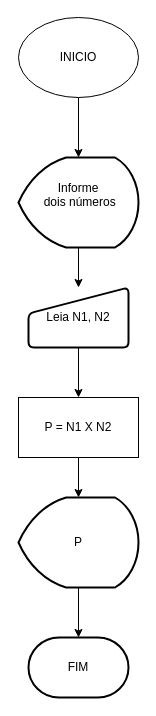
Above: Diagrama sem nome.drawio in Zomestro/Logica-I (draw.io), before the change. Source tidied: cells renumbered, new cells numbered last; positions are measured from the earlier drawing's top-left corner, leaving out a move shared by most shapes. Both pictures are drawn from the tidied source at 100%, with x=0, y=0 at pixel (18, 17).
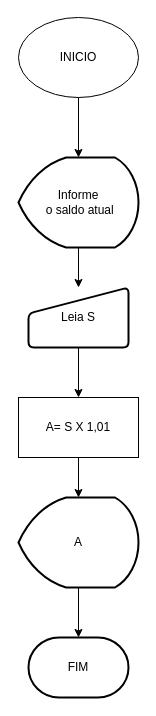
The same diagram, later.

Commit message:
Saldo atualizado

Diff of the diagram source:
```diff
@@
 <mxGraphModel>
   <root>
     <mxCell id="0" />
     <mxCell id="1" parent="0" />
     <mxCell id="2" style="rounded=0;html=1;jettySize=auto;orthogonalLoop=1;fontSize=11;endArrow=block;endFill=0;endSize=8;strokeWidth=1;shadow=0;labelBackgroundColor=none;edgeStyle=orthogonalEdgeStyle;entryX=0.5;entryY=0;entryDx=0;entryDy=0;" parent="1" edge="1">
       <mxGeometry relative="1" as="geometry">
         <mxPoint x="60" y="110" as="sourcePoint" />
         <mxPoint x="60" y="110" as="targetPoint" />
       </mxGeometry>
     </mxCell>
     <mxCell id="3" value="FIM" style="strokeWidth=2;html=1;shape=mxgraph.flowchart.terminator;whiteSpace=wrap;" parent="1" vertex="1">
       <mxGeometry x="10" y="620" width="100" height="60" as="geometry" />
     </mxCell>
     <mxCell id="4" value="INICIO" style="ellipse;whiteSpace=wrap;html=1;" parent="1" vertex="1">
       <mxGeometry width="120" height="80" as="geometry" />
     </mxCell>
     <mxCell id="5" style="edgeStyle=orthogonalEdgeStyle;rounded=0;jettySize=auto;html=1;" parent="1" edge="1" source="6" target="11">
       <mxGeometry relative="1" as="geometry" />
     </mxCell>
-    <mxCell id="6" value="Leia N1, N2" style="html=1;strokeWidth=2;shape=manualInput;whiteSpace=wrap;rounded=1;size=26;arcSize=11;" parent="1" vertex="1">
+    <mxCell id="6" value="Leia S" style="html=1;strokeWidth=2;shape=manualInput;whiteSpace=wrap;rounded=1;size=26;arcSize=11;" parent="1" vertex="1">
       <mxGeometry x="10" y="270" width="100" height="60" as="geometry" />
     </mxCell>
     <mxCell id="7" style="edgeStyle=orthogonalEdgeStyle;rounded=0;jettySize=auto;html=1;" parent="1" edge="1" source="8" target="6">
       <mxGeometry relative="1" as="geometry" />
     </mxCell>
-    <mxCell id="8" value="Informe&lt;div&gt;&amp;nbsp;dois números&lt;div&gt;&lt;br&gt;&lt;/div&gt;&lt;/div&gt;" style="strokeWidth=2;html=1;shape=mxgraph.flowchart.display;whiteSpace=wrap;" parent="1" vertex="1">
+    <mxCell id="8" value="Informe&lt;div&gt;&amp;nbsp;o saldo atual&lt;/div&gt;" style="strokeWidth=2;html=1;shape=mxgraph.flowchart.display;whiteSpace=wrap;" parent="1" vertex="1">
       <mxGeometry y="140" width="120" height="90" as="geometry" />
     </mxCell>
     <mxCell id="9" style="endArrow=classic;html=1;rounded=0;exitX=0.5;exitY=1;exitDx=0;exitDy=0;entryX=0.5;entryY=0;entryDx=0;entryDy=0;entryPerimeter=0;" parent="1" edge="1" source="4" target="8">
       <mxGeometry relative="1" as="geometry" />
     </mxCell>
     <mxCell id="10" style="edgeStyle=orthogonalEdgeStyle;rounded=0;jettySize=auto;html=1;" parent="1" edge="1" source="11" target="13">
       <mxGeometry relative="1" as="geometry" />
     </mxCell>
-    <mxCell id="11" value="P = N1 X N2" style="rounded=0;whiteSpace=wrap;html=1;" parent="1" vertex="1">
+    <mxCell id="11" value="A= S X 1,01" style="rounded=0;whiteSpace=wrap;html=1;" parent="1" vertex="1">
       <mxGeometry y="380" width="120" height="60" as="geometry" />
     </mxCell>
     <mxCell id="12" style="edgeStyle=orthogonalEdgeStyle;rounded=0;jettySize=auto;html=1;" parent="1" edge="1" source="13" target="3">
       <mxGeometry relative="1" as="geometry" />
     </mxCell>
-    <mxCell id="13" value="P" style="strokeWidth=2;html=1;shape=mxgraph.flowchart.display;whiteSpace=wrap;" parent="1" vertex="1">
+    <mxCell id="13" value="A" style="strokeWidth=2;html=1;shape=mxgraph.flowchart.display;whiteSpace=wrap;" parent="1" vertex="1">
       <mxGeometry y="480" width="120" height="90" as="geometry" />
     </mxCell>
   </root>
 </mxGraphModel>
```
